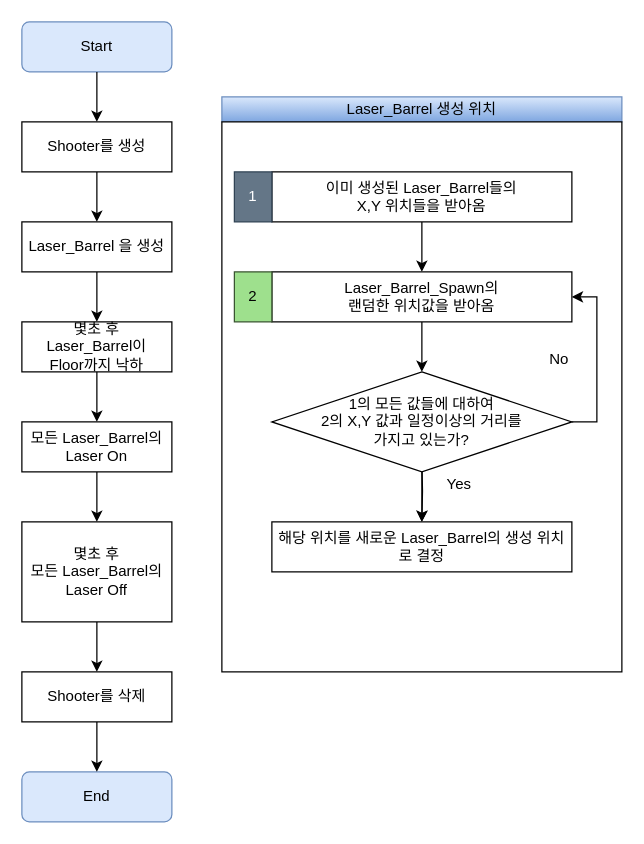
Earlier version of the draw.io diagram 기획서/차트/플로우차트/b1p1.drawio (taeseongeom/WA). Source tidied: cells renumbered, new cells numbered last; positions are measured from the earlier drawing's top-left corner, leaving out a move shared by most shapes. Both pictures are drawn from the tidied source at 125%, with x=0, y=0 at pixel (21, 21).
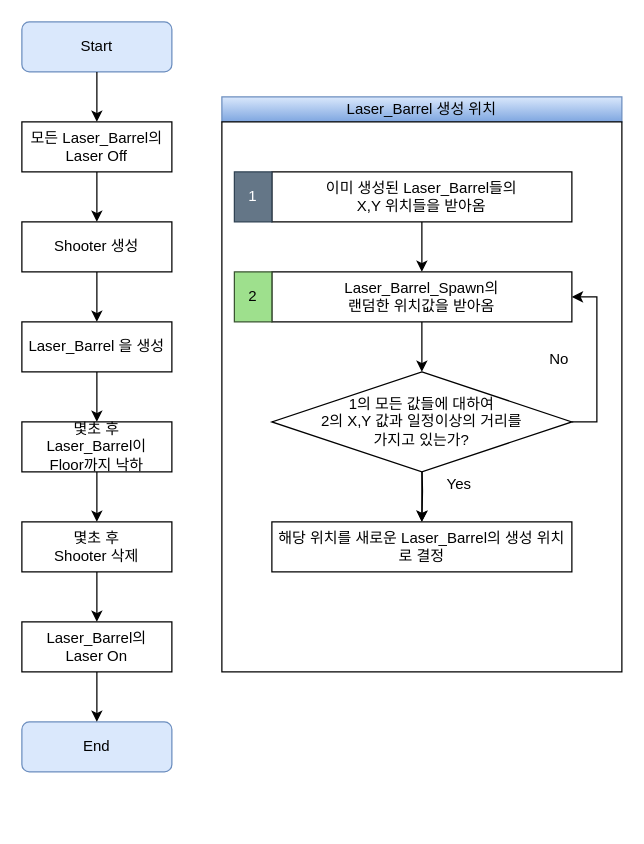
After the change.

The change refers to these unchanged cells:
```xml
<mxCell id="17" style="group;" parent="1" vertex="1">
  <mxGeometry width="120" height="640" as="geometry" />
</mxCell>
```

Change to the diagram source:
```diff
@@
-    <mxCell id="19" style="edgeStyle=orthogonalEdgeStyle;rounded=0;jettySize=auto;html=1;exitX=0.5;exitY=1;exitDx=0;exitDy=0;fontColor=#030303;" parent="17" edge="1" source="20" target="22">
-      <mxGeometry relative="1" as="geometry" />
-    </mxCell>
+    <mxCell id="33" style="edgeStyle=orthogonalEdgeStyle;rounded=0;jettySize=auto;html=1;exitX=0.5;exitY=1;exitDx=0;exitDy=0;entryX=0.5;entryY=0;entryDx=0;entryDy=0;" parent="17" edge="1" source="20" target="32">
+      <mxGeometry relative="1" as="geometry" />
+    </mxCell>
-    <mxCell id="20" value="Laser_Barrel 을 생성" style="rounded=0;whiteSpace=wrap;html=1;" parent="17" vertex="1">
+    <mxCell id="20" value="Shooter 생성" style="rounded=0;whiteSpace=wrap;html=1;" parent="17" vertex="1">
       <mxGeometry y="160" width="120" height="40" as="geometry" />
     </mxCell>
-    <mxCell id="21" style="edgeStyle=orthogonalEdgeStyle;rounded=0;jettySize=auto;html=1;exitX=0.5;exitY=1;exitDx=0;exitDy=0;entryX=0.5;entryY=0;entryDx=0;entryDy=0;fontColor=#030303;" parent="17" edge="1" source="22" target="32">
-      <mxGeometry relative="1" as="geometry" />
-    </mxCell>
+    <mxCell id="34" style="edgeStyle=orthogonalEdgeStyle;rounded=0;jettySize=auto;html=1;exitX=0.5;exitY=1;exitDx=0;exitDy=0;entryX=0.5;entryY=0;entryDx=0;entryDy=0;" parent="17" edge="1" source="22" target="26">
+      <mxGeometry relative="1" as="geometry" />
+    </mxCell>
     <mxCell id="22" value="몇초 후&lt;br&gt;Laser_Barrel이&lt;br&gt;Floor까지 낙하" style="rounded=0;whiteSpace=wrap;html=1;" parent="17" vertex="1">
-      <mxGeometry y="240" width="120" height="40" as="geometry" />
+      <mxGeometry y="320" width="120" height="40" as="geometry" />
     </mxCell>
@@
-    <mxCell id="24" value="Shooter를 생성" style="rounded=0;whiteSpace=wrap;html=1;" parent="17" vertex="1">
+    <mxCell id="24" value="모든 Laser_Barrel의&lt;br&gt;Laser Off" style="rounded=0;whiteSpace=wrap;html=1;" parent="17" vertex="1">
       <mxGeometry y="80" width="120" height="40" as="geometry" />
     </mxCell>
@@
-    <mxCell id="26" value="몇초 후&lt;br&gt;모든 Laser_Barrel의&lt;br&gt;Laser Off" style="rounded=0;whiteSpace=wrap;html=1;" parent="17" vertex="1">
-      <mxGeometry y="400" width="120" height="80" as="geometry" />
+    <mxCell id="26" value="몇초 후&lt;br&gt;Shooter 삭제" style="rounded=0;whiteSpace=wrap;html=1;" parent="17" vertex="1">
+      <mxGeometry y="400" width="120" height="40" as="geometry" />
     </mxCell>
     <mxCell id="27" value="End" style="rounded=1;whiteSpace=wrap;html=1;fillColor=#dae8fc;strokeColor=#6c8ebf;" parent="17" vertex="1">
-      <mxGeometry y="600" width="120" height="40" as="geometry" />
+      <mxGeometry y="560" width="120" height="40" as="geometry" />
     </mxCell>
@@
-    <mxCell id="29" value="Shooter를 삭제" style="rounded=0;whiteSpace=wrap;html=1;" parent="17" vertex="1">
-      <mxGeometry y="520" width="120" height="40" as="geometry" />
+    <mxCell id="29" value="Laser_Barrel의&lt;br&gt;Laser On" style="rounded=0;whiteSpace=wrap;html=1;" parent="17" vertex="1">
+      <mxGeometry y="480" width="120" height="40" as="geometry" />
     </mxCell>
@@
-    <mxCell id="31" style="edgeStyle=orthogonalEdgeStyle;rounded=0;jettySize=auto;html=1;exitX=0.5;exitY=1;exitDx=0;exitDy=0;entryX=0.5;entryY=0;entryDx=0;entryDy=0;fontColor=#030303;" parent="17" edge="1" source="32" target="26">
-      <mxGeometry relative="1" as="geometry" />
-    </mxCell>
+    <mxCell id="35" style="edgeStyle=orthogonalEdgeStyle;rounded=0;jettySize=auto;html=1;exitX=0.5;exitY=1;exitDx=0;exitDy=0;entryX=0.5;entryY=0;entryDx=0;entryDy=0;" parent="17" edge="1" source="32" target="22">
+      <mxGeometry relative="1" as="geometry" />
+    </mxCell>
-    <mxCell id="32" value="모든 Laser_Barrel의&lt;br&gt;Laser On" style="rounded=0;whiteSpace=wrap;html=1;" parent="17" vertex="1">
-      <mxGeometry y="320" width="120" height="40" as="geometry" />
+    <mxCell id="32" value="Laser_Barrel 을 생성" style="rounded=0;whiteSpace=wrap;html=1;" parent="17" vertex="1">
+      <mxGeometry y="240" width="120" height="40" as="geometry" />
     </mxCell>
```
